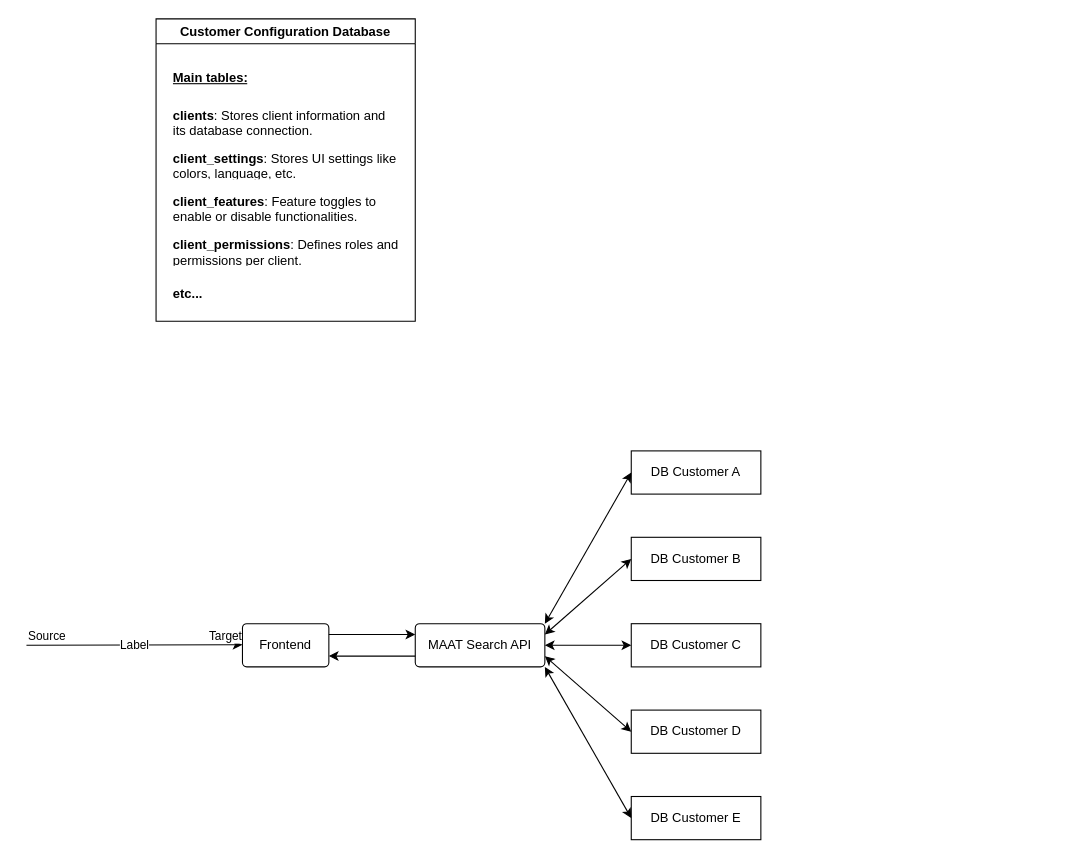
Above: multitenancy.drawio in Karel95/Django-Rest_React-CRUD (draw.io), before the change. Source tidied: cells renumbered, new cells numbered last; positions are measured from the earlier drawing's top-left corner, leaving out a move shared by most shapes. Both pictures are drawn from the tidied source at 108%, with x=0, y=0 at pixel (26, 18).
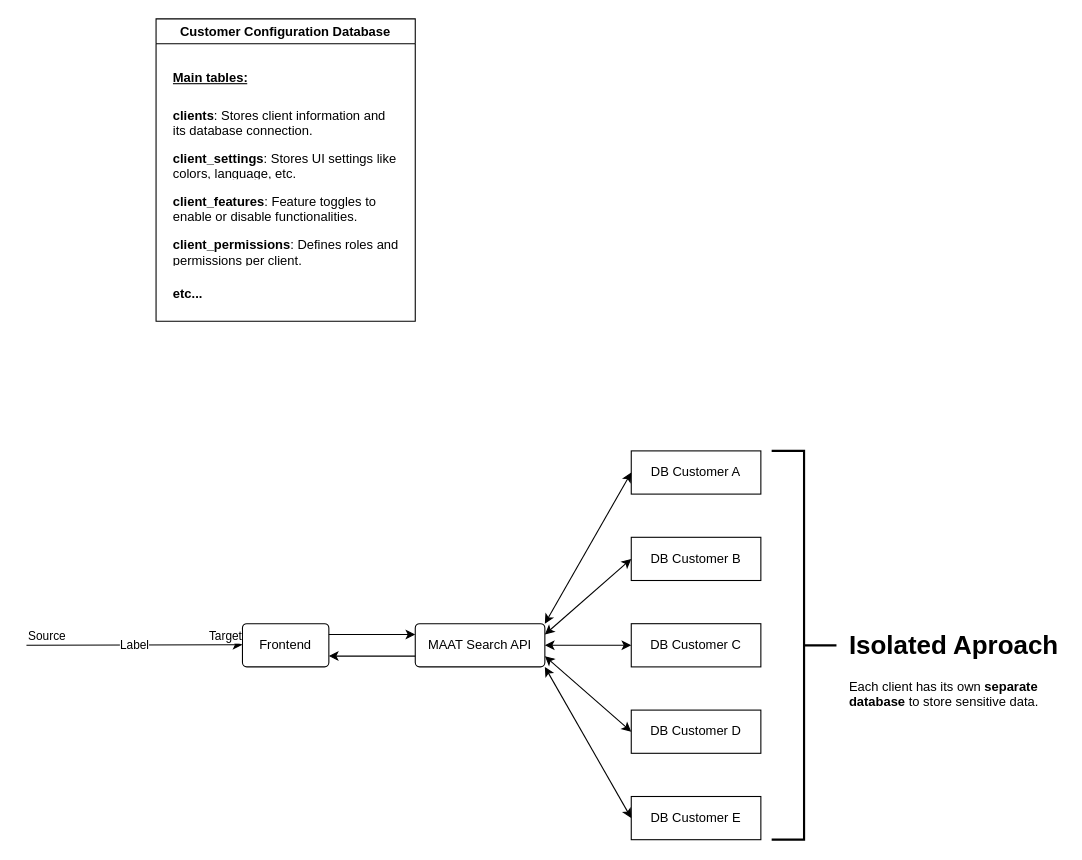
The same diagram, later.

Diff of the diagram source:
```diff
@@
+    <mxCell id="27" style="strokeWidth=2;html=1;shape=mxgraph.flowchart.annotation_2;align=left;labelPosition=right;rotation=-180;" parent="1" vertex="1">
+      <mxGeometry x="690" y="400" width="60" height="360" as="geometry" />
+    </mxCell>
+    <mxCell id="28" value="&lt;h1 style=&quot;margin-top: 0px;&quot;&gt;&lt;span style=&quot;text-align: center; text-wrap-mode: nowrap;&quot;&gt;Isolated Aproach&lt;/span&gt;&lt;/h1&gt;&lt;p&gt;Each client has its own &lt;strong&gt;separate database&lt;/strong&gt; to store sensitive data.&lt;/p&gt;" style="text;html=1;whiteSpace=wrap;overflow=hidden;rounded=0;" parent="1" vertex="1">
+      <mxGeometry x="760" y="560" width="200" height="80" as="geometry" />
+    </mxCell>
```
